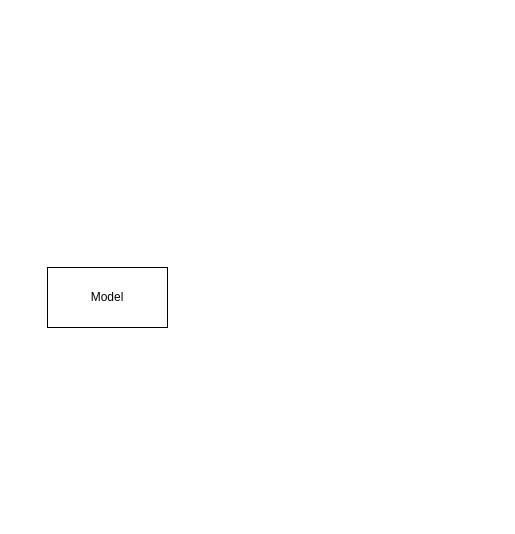
Above: continual_proposal.drawio in babangain/drawio (draw.io), before the change. Source tidied: cells renumbered, new cells numbered last; positions are measured from the earlier drawing's top-left corner, leaving out a move shared by most shapes. Both pictures are drawn from the tidied source at 100%, with x=0, y=0 at pixel (47, 267).
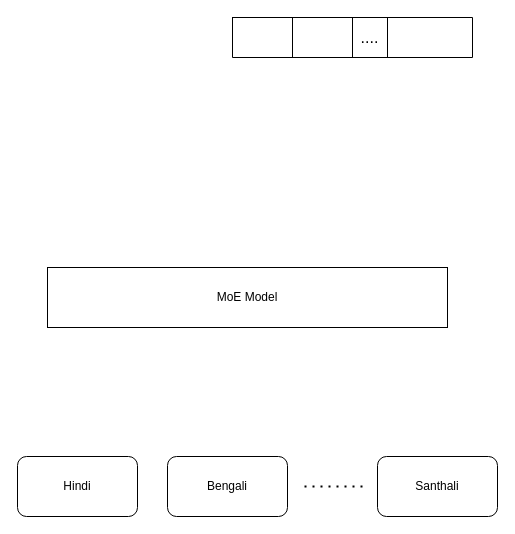
Above is the later version.

Change to the diagram source:
```diff
@@
 <mxGraphModel>
   <root>
     <mxCell id="0" />
     <mxCell id="1" parent="0" />
-    <mxCell id="2" value="Model" style="rounded=0;whiteSpace=wrap;html=1;" parent="1" vertex="1">
-      <mxGeometry width="120" height="60" as="geometry" />
+    <mxCell id="2" value="MoE Model" style="rounded=0;whiteSpace=wrap;html=1;" parent="1" vertex="1">
+      <mxGeometry width="400" height="60" as="geometry" />
     </mxCell>
+    <mxCell id="3" value="Hindi" style="rounded=1;whiteSpace=wrap;html=1;" parent="1" vertex="1">
+      <mxGeometry x="-30" y="189" width="120" height="60" as="geometry" />
+    </mxCell>
+    <mxCell id="4" value="Bengali" style="rounded=1;whiteSpace=wrap;html=1;" parent="1" vertex="1">
+      <mxGeometry x="120" y="189" width="120" height="60" as="geometry" />
+    </mxCell>
+    <mxCell id="5" value="Santhali" style="rounded=1;whiteSpace=wrap;html=1;" parent="1" vertex="1">
+      <mxGeometry x="330" y="189" width="120" height="60" as="geometry" />
+    </mxCell>
+    <mxCell id="6" style="endArrow=none;dashed=1;html=1;dashPattern=1 3;strokeWidth=2;rounded=0;" parent="1" edge="1">
+      <mxGeometry relative="1" as="geometry">
+        <mxPoint x="257" y="219" as="sourcePoint" />
+        <mxPoint x="317" y="219" as="targetPoint" />
+      </mxGeometry>
+    </mxCell>
+    <mxCell id="7" style="shape=table;startSize=0;childLayout=tableLayout;fontSize=16;" parent="1" vertex="1">
+      <mxGeometry x="185" y="-250" width="240" height="40" as="geometry" />
+    </mxCell>
+    <mxCell id="8" style="shape=tableRow;horizontal=0;startSize=0;swimlaneHead=0;swimlaneBody=0;strokeColor=inherit;top=0;left=0;bottom=0;right=0;fillColor=none;fontSize=16;" parent="7" vertex="1">
+      <mxGeometry width="240" height="40" as="geometry" />
+    </mxCell>
+    <mxCell id="9" style="shape=partialRectangle;html=1;whiteSpace=wrap;strokeColor=inherit;overflow=hidden;fillColor=none;top=0;left=0;bottom=0;right=0;fontSize=16;" parent="8" vertex="1">
+      <mxGeometry width="60" height="40" as="geometry" />
+    </mxCell>
+    <mxCell id="10" style="shape=partialRectangle;html=1;whiteSpace=wrap;strokeColor=inherit;overflow=hidden;fillColor=none;top=0;left=0;bottom=0;right=0;fontSize=16;" parent="8" vertex="1">
+      <mxGeometry x="60" width="60" height="40" as="geometry" />
+    </mxCell>
+    <mxCell id="11" value="...." style="shape=partialRectangle;html=1;whiteSpace=wrap;strokeColor=inherit;overflow=hidden;fillColor=none;top=0;left=0;bottom=0;right=0;fontSize=16;" parent="8" vertex="1">
+      <mxGeometry x="120" width="35" height="40" as="geometry" />
+    </mxCell>
+    <mxCell id="12" style="shape=partialRectangle;html=1;whiteSpace=wrap;strokeColor=inherit;overflow=hidden;fillColor=none;top=0;left=0;bottom=0;right=0;fontSize=16;" parent="8" vertex="1">
+      <mxGeometry x="155" width="85" height="40" as="geometry" />
+    </mxCell>
   </root>
 </mxGraphModel>
```
